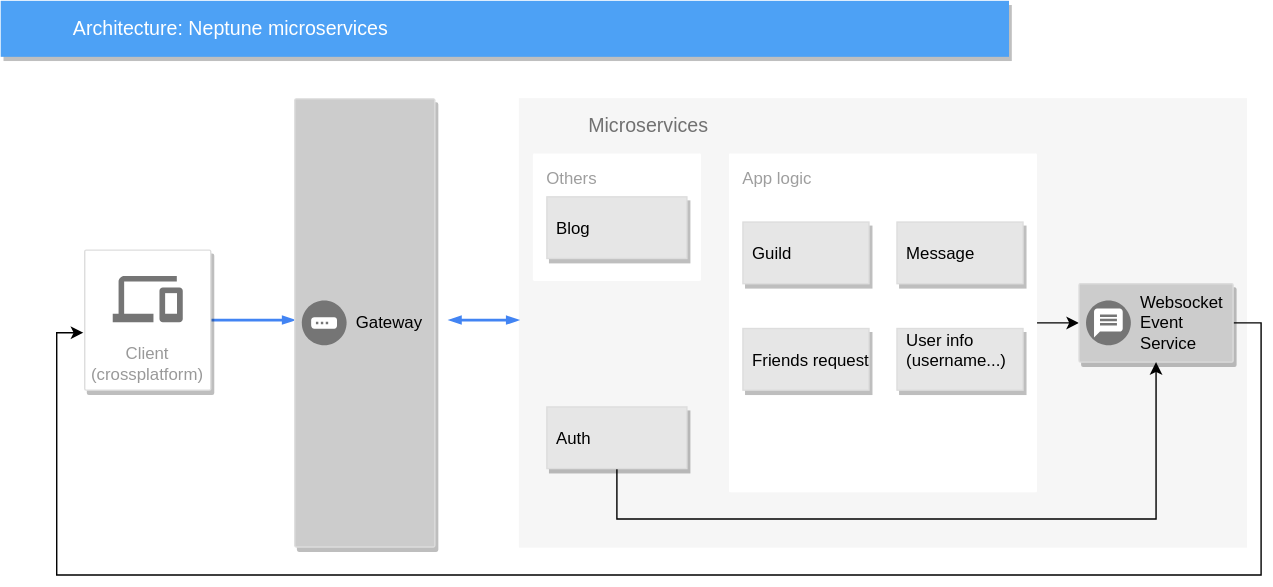
NeptuneOrg/guideline keeps this draw.io diagram as diagram/diagram.svg. Above is the earlier version. Source tidied: cells renumbered, new cells last; positions are measured from the earlier drawing's top-left corner, leaving out a move shared by most shapes.
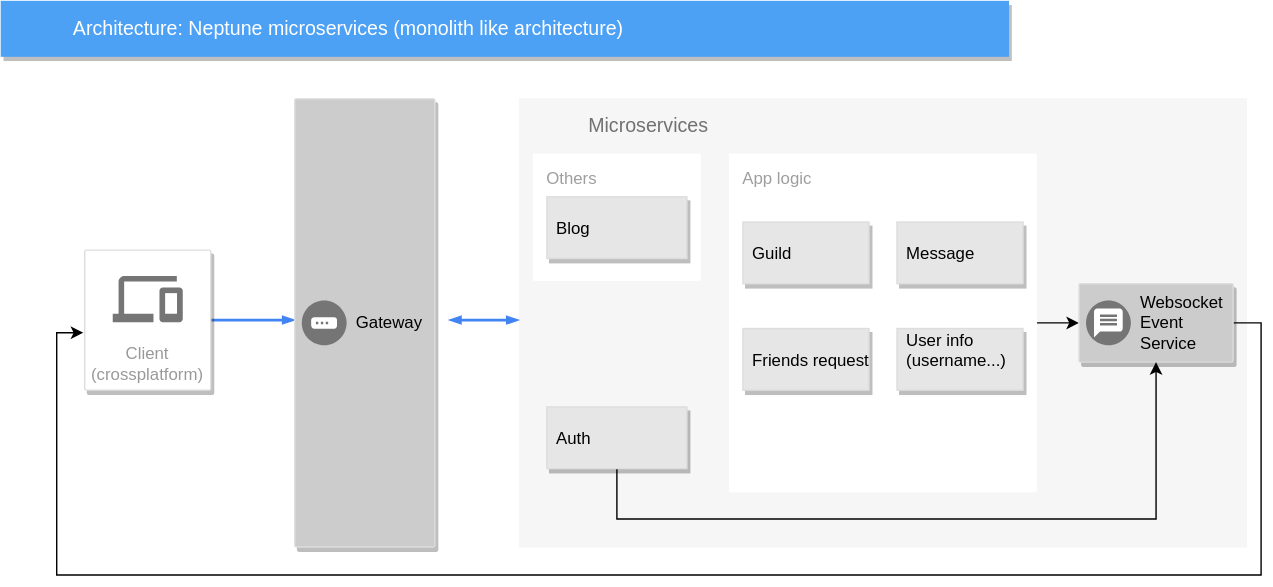
After the commit.

The edit, as a diff of the source:
```diff
@@ -5,7 +5,7 @@
     <mxCell id="2" value="&lt;div&gt;Microservices&lt;/div&gt;" style="fillColor=#F6F6F6;strokeColor=none;shadow=0;gradientColor=none;fontSize=14;align=left;spacing=10;fontColor=#717171;9E9E9E;verticalAlign=top;spacingTop=-4;fontStyle=0;spacingLeft=40;html=1;" parent="1" vertex="1">
       <mxGeometry x="370" y="69.5" width="520" height="321" as="geometry" />
     </mxCell>
-    <mxCell id="3" value="Architecture: Neptune microservices" style="fillColor=#4DA1F5;strokeColor=none;shadow=1;gradientColor=none;fontSize=14;align=left;spacingLeft=50;fontColor=#ffffff;html=1;" parent="1" vertex="1">
+    <mxCell id="3" value="Architecture: Neptune microservices (monolith like architecture)" style="fillColor=#4DA1F5;strokeColor=none;shadow=1;gradientColor=none;fontSize=14;align=left;spacingLeft=50;fontColor=#ffffff;html=1;" parent="1" vertex="1">
       <mxGeometry width="720" height="40" as="geometry" />
     </mxCell>
     <mxCell id="4" style="edgeStyle=orthogonalEdgeStyle;rounded=0;html=1;labelBackgroundColor=none;startFill=1;startSize=4;endArrow=blockThin;endFill=1;endSize=4;jettySize=auto;strokeColor=#4284F3;strokeWidth=2;fontSize=12;fontColor=#000000;align=left;dashed=0;" parent="1" edge="1" source="5">
```
